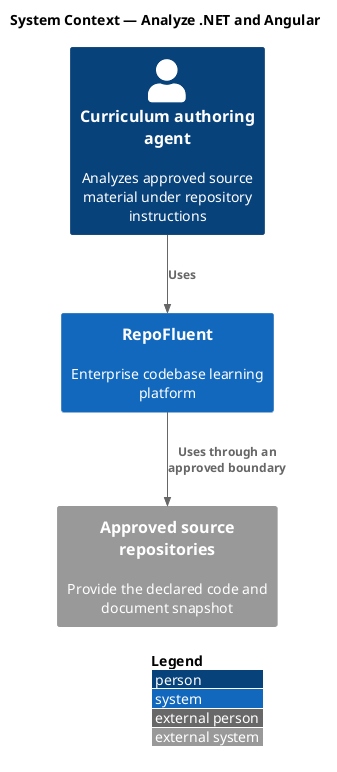
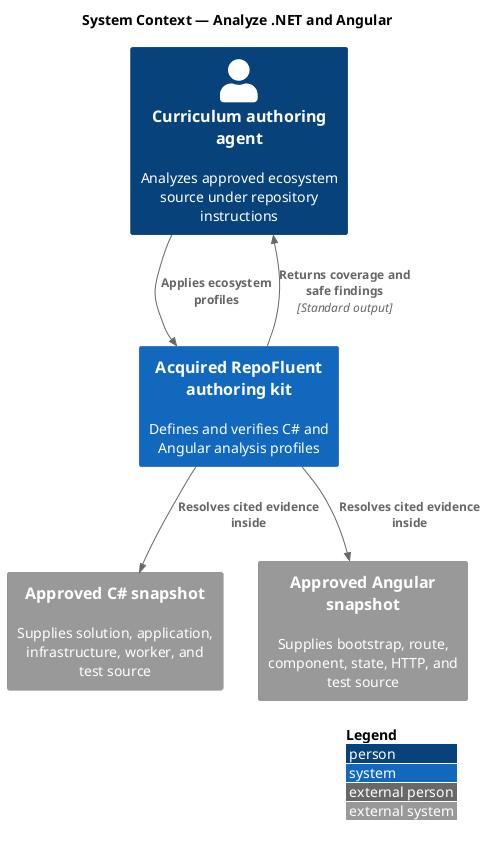
@startuml
!include <C4/C4_Context>
LAYOUT_WITH_LEGEND()
title System Context — Analyze .NET and Angular

- Person(actor, "Curriculum authoring agent", "Analyzes approved source material under repository instructions")
- System(repofluent, "RepoFluent", "Enterprise codebase learning platform")
- System_Ext(dependency, "Approved source repositories", "Provide the declared code and document snapshot")
+ Person(agent, "Curriculum authoring agent", "Analyzes approved ecosystem source under repository instructions")
+ System(kit, "Acquired RepoFluent authoring kit", "Defines and verifies C# and Angular analysis profiles")
+ System_Ext(dotnet, "Approved C# snapshot", "Supplies solution, application, infrastructure, worker, and test source")
+ System_Ext(angular, "Approved Angular snapshot", "Supplies bootstrap, route, component, state, HTTP, and test source")

- Rel(actor, repofluent, "Uses")
- Rel(repofluent, dependency, "Uses through an approved boundary")
+ Rel(agent, kit, "Applies ecosystem profiles")
+ Rel(kit, dotnet, "Resolves cited evidence inside")
+ Rel(kit, angular, "Resolves cited evidence inside")
+ Rel(kit, agent, "Returns coverage and safe findings", "Standard output")
@enduml
